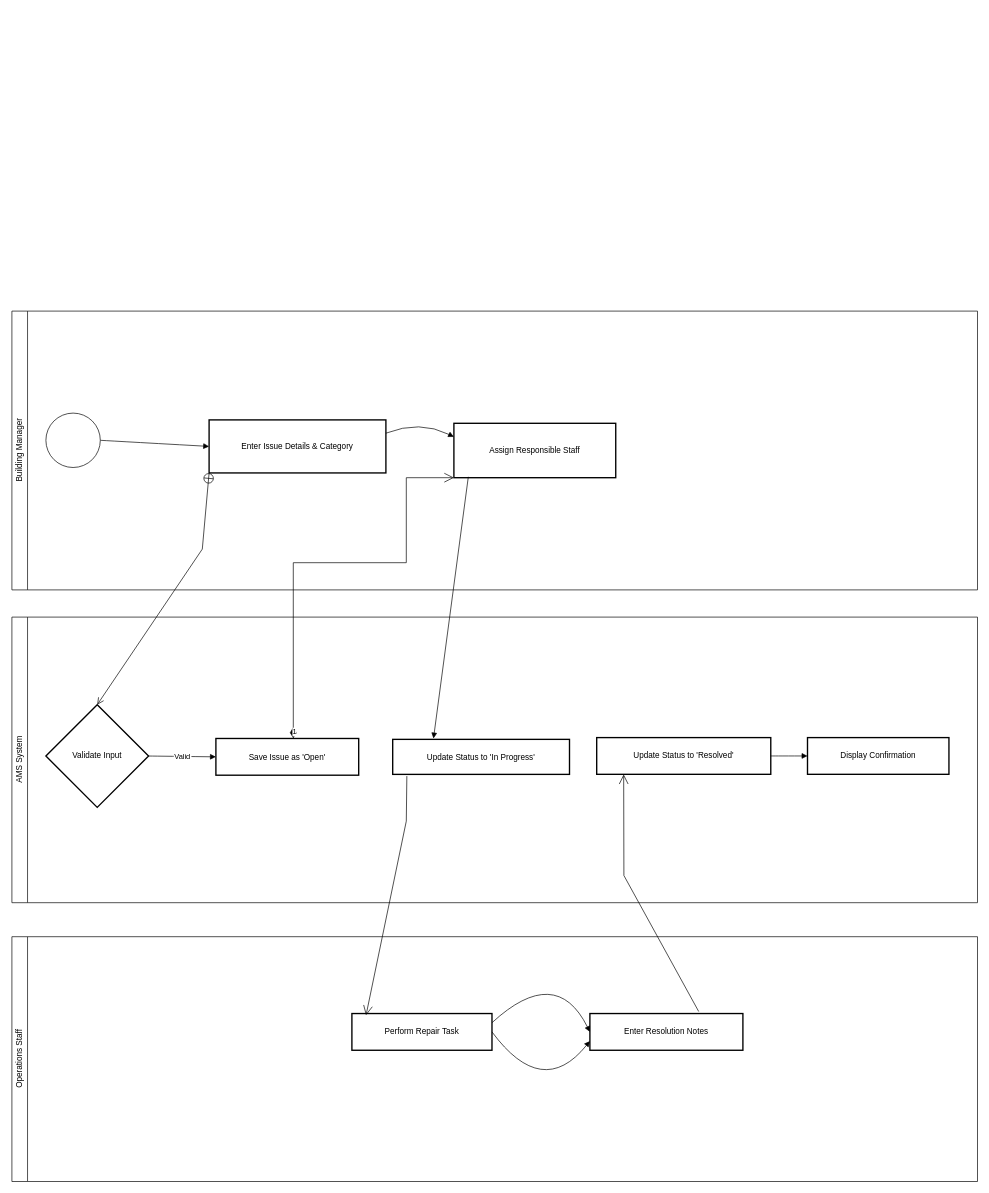
This is documentation/SWE/SwimlaneDiagram/SwimlaneDiagram.drawio from Medo-SM/ApartmentManagementSystem, a draw.io file, before an edit. Source tidied: cells renumbered, new cells numbered last; positions are measured from the earlier drawing's top-left corner, leaving out a move shared by most shapes. Both pictures are drawn from the tidied source at 68%, with x=0, y=0 at pixel (12, 311).
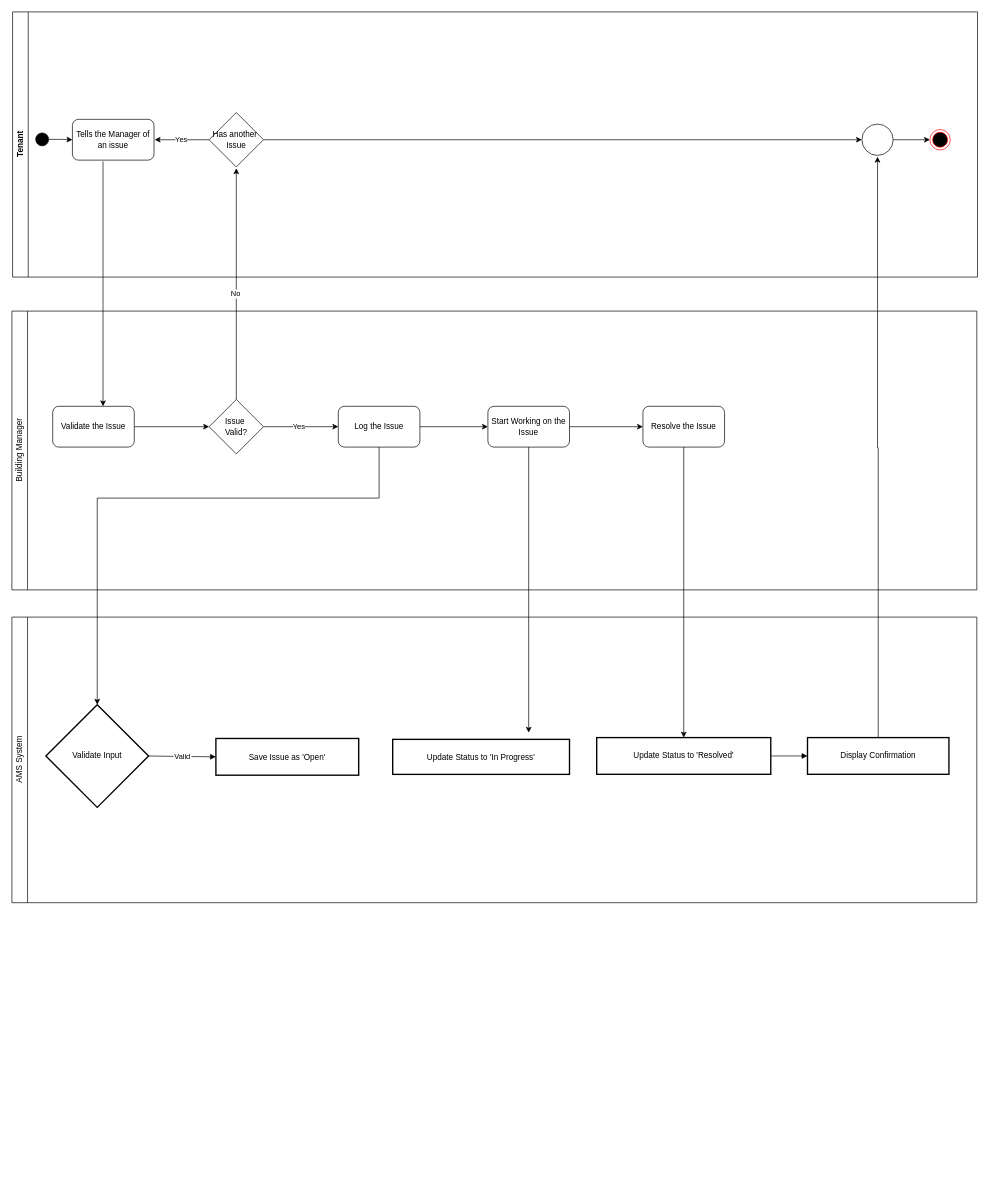
The same diagram, later.

Commit message (it also covers changes not shown here):
docs: fix stylling issues in the diagrams

The change refers to these unchanged cells:
```xml
<mxCell id="9" value="Validate Input" style="rhombus;strokeWidth=2;whiteSpace=wrap;" parent="8" vertex="1">
  <mxGeometry x="50" y="128.8" width="151" height="151" as="geometry" />
</mxCell>
<mxCell id="10" value="Save Issue as 'Open'" style="whiteSpace=wrap;strokeWidth=2;" parent="8" vertex="1">
  <mxGeometry x="300" y="178.5" width="210" height="54" as="geometry" />
</mxCell>
<mxCell id="12" value="Update Status to 'In Progress'" style="whiteSpace=wrap;strokeWidth=2;" parent="8" vertex="1">
  <mxGeometry x="560" y="179.8" width="260" height="51.5" as="geometry" />
</mxCell>
<mxCell id="13" value="Update Status to 'Resolved'" style="whiteSpace=wrap;strokeWidth=2;" parent="8" vertex="1">
  <mxGeometry x="860" y="177.2" width="256" height="54" as="geometry" />
</mxCell>
<mxCell id="14" value="Display Confirmation" style="whiteSpace=wrap;strokeWidth=2;" parent="8" vertex="1">
  <mxGeometry x="1170" y="177.2" width="208" height="54" as="geometry" />
</mxCell>
```

What changed in the source:
```diff
@@
     <mxCell id="2" value="&lt;span style=&quot;font-weight: 400;&quot;&gt;Building Manager&lt;/span&gt;" style="swimlane;horizontal=0;whiteSpace=wrap;html=1;startSize=23;" parent="1" vertex="1">
-      <mxGeometry width="1420" height="410" as="geometry" />
+      <mxGeometry width="1419" height="410" as="geometry" />
     </mxCell>
-    <mxCell id="3" value="Enter Issue Details &amp; Category" style="whiteSpace=wrap;strokeWidth=2;" parent="2" vertex="1">
-      <mxGeometry x="290" y="160" width="260" height="78" as="geometry" />
-    </mxCell>
-    <mxCell id="4" value="Assign Responsible Staff" style="whiteSpace=wrap;strokeWidth=2;" parent="2" vertex="1">
-      <mxGeometry x="650" y="165" width="238" height="80" as="geometry" />
-    </mxCell>
-    <mxCell id="5" style="curved=1;startArrow=none;endArrow=block;exitX=1;exitY=0.25;entryX=0;entryY=0.25;rounded=0;exitDx=0;exitDy=0;entryDx=0;entryDy=0;" parent="2" edge="1" source="3" target="4">
-      <mxGeometry relative="1" as="geometry">
-        <Array as="points">
-          <mxPoint x="600" y="160" />
-        </Array>
-      </mxGeometry>
-    </mxCell>
-    <mxCell id="6" style="curved=1;startArrow=none;endArrow=block;exitX=1;exitY=0.5;entryX=0;entryY=0.5;rounded=0;entryDx=0;entryDy=0;exitDx=0;exitDy=0;" parent="2" edge="1" source="7" target="3">
-      <mxGeometry relative="1" as="geometry" />
-    </mxCell>
-    <mxCell id="7" style="ellipse;whiteSpace=wrap;html=1;" parent="2" vertex="1">
-      <mxGeometry x="50" y="150" width="80" height="80" as="geometry" />
-    </mxCell>
+    <mxCell id="26" style="edgeStyle=orthogonalEdgeStyle;rounded=0;jettySize=auto;html=1;entryX=0;entryY=0.5;entryDx=0;entryDy=0;" parent="2" edge="1" source="27" target="30">
+      <mxGeometry relative="1" as="geometry" />
+    </mxCell>
+    <mxCell id="27" value="Validate the Issue" style="rounded=1;whiteSpace=wrap;html=1;" parent="2" vertex="1">
+      <mxGeometry x="60" y="140" width="120" height="60" as="geometry" />
+    </mxCell>
+    <mxCell id="28" style="edgeStyle=orthogonalEdgeStyle;rounded=0;jettySize=auto;html=1;entryX=0;entryY=0.5;entryDx=0;entryDy=0;" parent="2" edge="1" source="30" target="32">
+      <mxGeometry relative="1" as="geometry" />
+    </mxCell>
+    <mxCell id="29" value="Yes" style="edgeLabel;html=1;align=center;verticalAlign=middle;" parent="28" vertex="1">
+      <mxGeometry x="-0.08" y="1" relative="1" as="geometry" />
+    </mxCell>
+    <mxCell id="30" value="Issue&amp;nbsp;&lt;div&gt;Valid?&lt;/div&gt;" style="rhombus;whiteSpace=wrap;html=1;" parent="2" vertex="1">
+      <mxGeometry x="290" y="130" width="80" height="80" as="geometry" />
+    </mxCell>
+    <mxCell id="31" style="edgeStyle=orthogonalEdgeStyle;rounded=0;jettySize=auto;html=1;entryX=0;entryY=0.5;entryDx=0;entryDy=0;" parent="2" edge="1" source="32" target="35">
+      <mxGeometry relative="1" as="geometry" />
+    </mxCell>
+    <mxCell id="32" value="Log the Issue" style="rounded=1;whiteSpace=wrap;html=1;" parent="2" vertex="1">
+      <mxGeometry x="480" y="140" width="120" height="60" as="geometry" />
+    </mxCell>
+    <mxCell id="33" style="edgeStyle=orthogonalEdgeStyle;rounded=0;jettySize=auto;html=1;" parent="2" edge="1" source="35">
+      <mxGeometry relative="1" as="geometry">
+        <mxPoint x="760" y="620" as="targetPoint" />
+      </mxGeometry>
+    </mxCell>
+    <mxCell id="34" style="edgeStyle=orthogonalEdgeStyle;rounded=0;jettySize=auto;html=1;entryX=0;entryY=0.5;entryDx=0;entryDy=0;" parent="2" edge="1" source="35" target="36">
+      <mxGeometry relative="1" as="geometry" />
+    </mxCell>
+    <mxCell id="35" value="Start Working on the Issue" style="rounded=1;whiteSpace=wrap;html=1;" parent="2" vertex="1">
+      <mxGeometry x="700" y="140" width="120" height="60" as="geometry" />
+    </mxCell>
+    <mxCell id="36" value="Resolve the Issue" style="rounded=1;whiteSpace=wrap;html=1;" parent="2" vertex="1">
+      <mxGeometry x="928" y="140" width="120" height="60" as="geometry" />
+    </mxCell>
     <mxCell id="8" value="&lt;span style=&quot;font-weight: 400;&quot;&gt;AMS System&lt;/span&gt;" style="swimlane;horizontal=0;whiteSpace=wrap;html=1;" parent="1" vertex="1">
-      <mxGeometry y="450" width="1420" height="420" as="geometry" />
+      <mxGeometry y="450" width="1419" height="420" as="geometry" />
     </mxCell>
@@
-    <mxCell id="16" style="html=1;verticalAlign=bottom;endArrow=block;curved=0;rounded=0;exitX=0.11;exitY=0.999;exitDx=0;exitDy=0;exitPerimeter=0;entryX=0.25;entryY=0;entryDx=0;entryDy=0;" parent="8" edge="1">
-      <mxGeometry relative="1" as="geometry">
-        <mxPoint x="671.2" y="-206.3" as="sourcePoint" />
-        <mxPoint x="620" y="178.5" as="targetPoint" />
-      </mxGeometry>
-    </mxCell>
-    <mxCell id="17" value="&lt;span style=&quot;font-weight: 400;&quot;&gt;Operations Staff&lt;/span&gt;" style="swimlane;horizontal=0;whiteSpace=wrap;html=1;" parent="1" vertex="1">
-      <mxGeometry y="920" width="1420" height="360" as="geometry" />
-    </mxCell>
-    <mxCell id="18" value="Perform Repair Task" style="whiteSpace=wrap;strokeWidth=2;" parent="17" vertex="1">
-      <mxGeometry x="500" y="113" width="206" height="54" as="geometry" />
-    </mxCell>
-    <mxCell id="19" value="Enter Resolution Notes" style="whiteSpace=wrap;strokeWidth=2;" parent="17" vertex="1">
-      <mxGeometry x="850" y="113" width="225" height="54" as="geometry" />
-    </mxCell>
-    <mxCell id="20" style="curved=1;startArrow=none;endArrow=block;exitX=1;exitY=0.25;entryX=0;entryY=0.5;rounded=0;exitDx=0;exitDy=0;entryDx=0;entryDy=0;" parent="17" edge="1" source="18" target="19">
-      <mxGeometry relative="1" as="geometry">
-        <Array as="points">
-          <mxPoint x="800" y="40" />
-        </Array>
-      </mxGeometry>
-    </mxCell>
-    <mxCell id="21" style="curved=1;startArrow=none;endArrow=block;exitX=1;exitY=0.5;entryX=0;entryY=0.75;rounded=0;entryDx=0;entryDy=0;exitDx=0;exitDy=0;" parent="17" edge="1" source="18" target="19">
-      <mxGeometry relative="1" as="geometry">
-        <Array as="points">
-          <mxPoint x="780" y="240" />
-        </Array>
-      </mxGeometry>
-    </mxCell>
-    <mxCell id="22" style="endArrow=open;startArrow=circlePlus;endFill=0;startFill=0;endSize=8;html=1;rounded=0;exitX=0;exitY=1;exitDx=0;exitDy=0;entryX=0.5;entryY=0;entryDx=0;entryDy=0;" parent="1" edge="1" source="3" target="9">
-      <mxGeometry relative="1" as="geometry">
-        <Array as="points">
-          <mxPoint x="280" y="350" />
-        </Array>
-      </mxGeometry>
-    </mxCell>
-    <mxCell id="23" value="1" style="endArrow=open;html=1;endSize=12;startArrow=diamondThin;startSize=14;startFill=1;edgeStyle=orthogonalEdgeStyle;align=left;verticalAlign=bottom;rounded=0;entryX=0;entryY=1;entryDx=0;entryDy=0;exitX=0.542;exitY=-0.001;exitDx=0;exitDy=0;exitPerimeter=0;" parent="1" edge="1" source="10" target="4">
-      <mxGeometry x="-1" y="3" relative="1" as="geometry">
-        <Array as="points">
-          <mxPoint x="414" y="370" />
-          <mxPoint x="580" y="370" />
-          <mxPoint x="580" y="245" />
-        </Array>
-      </mxGeometry>
-    </mxCell>
-    <mxCell id="24" style="endArrow=open;endFill=1;endSize=12;html=1;rounded=0;exitX=0.08;exitY=1.049;exitDx=0;exitDy=0;exitPerimeter=0;entryX=0.101;entryY=0.047;entryDx=0;entryDy=0;entryPerimeter=0;" parent="1" edge="1" source="12" target="18">
-      <mxGeometry relative="1" as="geometry">
-        <Array as="points">
-          <mxPoint x="580" y="750" />
-        </Array>
-      </mxGeometry>
-    </mxCell>
-    <mxCell id="25" style="endArrow=open;endFill=1;endSize=12;html=1;rounded=0;entryX=0.155;entryY=1.003;entryDx=0;entryDy=0;entryPerimeter=0;" parent="1" edge="1" target="13">
-      <mxGeometry relative="1" as="geometry">
-        <mxPoint x="1010" y="1030" as="sourcePoint" />
-        <Array as="points">
-          <mxPoint x="900" y="830" />
-        </Array>
-      </mxGeometry>
-    </mxCell>
+    <mxCell id="37" style="endArrow=classic;html=1;rounded=0;exitX=0.5;exitY=1;exitDx=0;exitDy=0;" parent="1" edge="1">
+      <mxGeometry relative="1" as="geometry">
+        <mxPoint x="134" y="-220" as="sourcePoint" />
+        <mxPoint x="134" y="140" as="targetPoint" />
+      </mxGeometry>
+    </mxCell>
+    <mxCell id="38" style="edgeStyle=orthogonalEdgeStyle;rounded=0;jettySize=auto;html=1;entryX=0.5;entryY=0;entryDx=0;entryDy=0;" parent="1" edge="1" source="32" target="9">
+      <mxGeometry relative="1" as="geometry">
+        <Array as="points">
+          <mxPoint x="540" y="275" />
+          <mxPoint x="126" y="275" />
+        </Array>
+      </mxGeometry>
+    </mxCell>
+    <mxCell id="39" style="edgeStyle=orthogonalEdgeStyle;rounded=0;jettySize=auto;html=1;entryX=0.5;entryY=0;entryDx=0;entryDy=0;" parent="1" edge="1" source="36" target="13">
+      <mxGeometry relative="1" as="geometry" />
+    </mxCell>
+    <mxCell id="40" style="edgeStyle=orthogonalEdgeStyle;rounded=0;jettySize=auto;html=1;entryX=0.5;entryY=1;entryDx=0;entryDy=0;" parent="1" edge="1" source="30">
+      <mxGeometry relative="1" as="geometry">
+        <mxPoint x="330" y="-210" as="targetPoint" />
+      </mxGeometry>
+    </mxCell>
+    <mxCell id="41" value="No" style="edgeLabel;html=1;align=center;verticalAlign=middle;" parent="40" vertex="1">
+      <mxGeometry x="-0.09" y="2" relative="1" as="geometry">
+        <mxPoint y="-1" as="offset" />
+      </mxGeometry>
+    </mxCell>
+    <mxCell id="42" style="edgeStyle=orthogonalEdgeStyle;rounded=0;jettySize=auto;html=1;entryX=0.5;entryY=1;entryDx=0;entryDy=0;" parent="1" edge="1" source="14">
+      <mxGeometry relative="1" as="geometry">
+        <mxPoint x="1273" y="-227" as="targetPoint" />
+        <Array as="points">
+          <mxPoint x="1274" y="201" />
+          <mxPoint x="1273" y="201" />
+        </Array>
+      </mxGeometry>
+    </mxCell>
+    <mxCell id="43" value="Tenant" style="swimlane;horizontal=0;whiteSpace=wrap;html=1;" parent="1" vertex="1">
+      <mxGeometry x="1" y="-440" width="1419" height="390" as="geometry" />
+    </mxCell>
+    <mxCell id="44" value="Tells the Manager of an issue" style="rounded=1;whiteSpace=wrap;html=1;" parent="1" vertex="1">
+      <mxGeometry x="89" y="-282" width="120" height="60" as="geometry" />
+    </mxCell>
+    <mxCell id="45" style="edgeStyle=orthogonalEdgeStyle;rounded=0;jettySize=auto;html=1;" parent="1" edge="1" source="48">
+      <mxGeometry relative="1" as="geometry">
+        <mxPoint x="210" y="-252" as="targetPoint" />
+      </mxGeometry>
+    </mxCell>
+    <mxCell id="46" value="Yes" style="edgeLabel;html=1;align=center;verticalAlign=middle;" parent="45" vertex="1">
+      <mxGeometry x="0.05" y="-1" relative="1" as="geometry" />
+    </mxCell>
+    <mxCell id="47" style="edgeStyle=orthogonalEdgeStyle;rounded=0;jettySize=auto;html=1;entryX=0;entryY=0.5;entryDx=0;entryDy=0;" parent="1" edge="1" source="48" target="53">
+      <mxGeometry relative="1" as="geometry" />
+    </mxCell>
+    <mxCell id="48" value="Has another&amp;nbsp;&lt;div&gt;Issue&lt;/div&gt;" style="rhombus;whiteSpace=wrap;html=1;" parent="1" vertex="1">
+      <mxGeometry x="290" y="-292" width="80" height="80" as="geometry" />
+    </mxCell>
+    <mxCell id="49" style="ellipse;html=1;shape=endState;fillColor=#000000;strokeColor=#ff0000;" parent="1" vertex="1">
+      <mxGeometry x="1350" y="-267" width="30" height="30" as="geometry" />
+    </mxCell>
+    <mxCell id="50" style="edgeStyle=orthogonalEdgeStyle;rounded=0;jettySize=auto;html=1;" parent="1" edge="1" source="51" target="44">
+      <mxGeometry relative="1" as="geometry" />
+    </mxCell>
+    <mxCell id="51" style="ellipse;whiteSpace=wrap;html=1;fillColor=#000000;" parent="1" vertex="1">
+      <mxGeometry x="35" y="-262" width="19" height="19" as="geometry" />
+    </mxCell>
+    <mxCell id="52" style="edgeStyle=orthogonalEdgeStyle;rounded=0;jettySize=auto;html=1;entryX=0;entryY=0.5;entryDx=0;entryDy=0;" parent="1" edge="1" source="53" target="49">
+      <mxGeometry relative="1" as="geometry" />
+    </mxCell>
+    <mxCell id="53" style="ellipse;whiteSpace=wrap;html=1;" parent="1" vertex="1">
+      <mxGeometry x="1250" y="-275" width="46" height="46" as="geometry" />
+    </mxCell>
```
